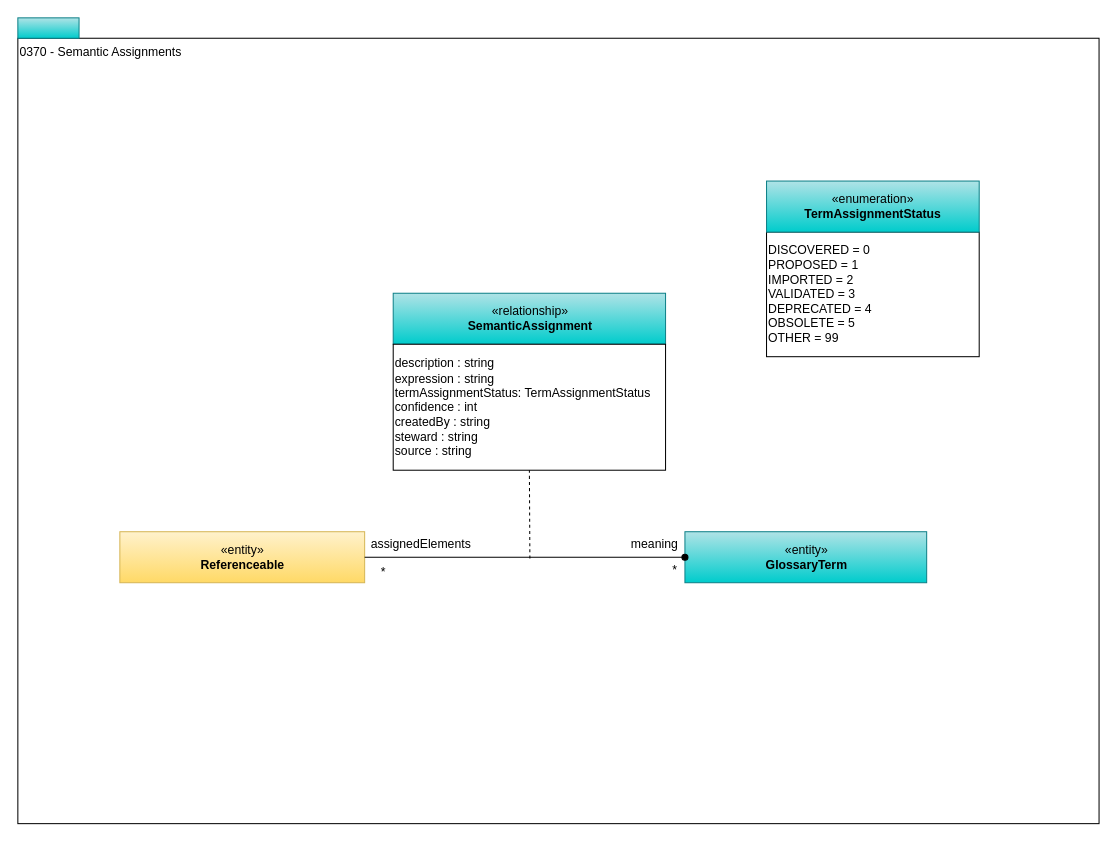
Earlier version of the draw.io diagram page "0370-Semantic-Assignment" (9 of 14) of site/docs/types/3/area-3-glossary.drawio (odpi/egeria-docs). Source tidied: cells renumbered, new cells numbered last; positions are measured from the earlier drawing's top-left corner, leaving out a move shared by most shapes. Both pictures are drawn from the tidied source at 102%, with x=0, y=0 at pixel (17, 17).
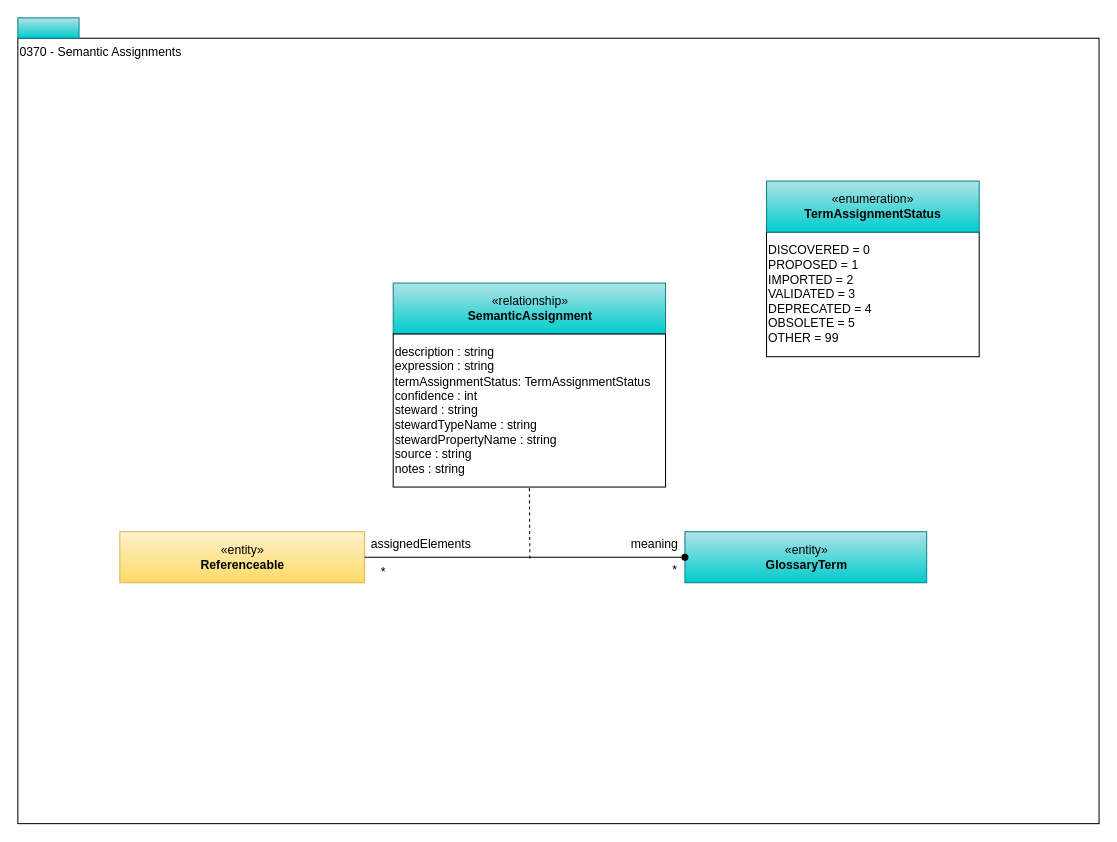
After the change.

Diff of the diagram source:
```diff
@@
 <mxGraphModel>
   <root>
     <mxCell id="0" />
     <mxCell id="1" parent="0" />
     <mxCell id="2" value="0370 - Semantic Assignments" style="rounded=0;whiteSpace=wrap;html=1;align=left;verticalAlign=top;" parent="1" vertex="1">
       <mxGeometry y="20" width="1060" height="770" as="geometry" />
     </mxCell>
     <mxCell id="3" style="rounded=0;whiteSpace=wrap;html=1;align=left;fillColor=#b0e3e6;strokeColor=#0e8088;gradientColor=#00CCCC;" parent="1" vertex="1">
       <mxGeometry width="60" height="20" as="geometry" />
     </mxCell>
     <mxCell id="4" value="«entity»&lt;br&gt;&lt;b&gt;Referenceable&lt;/b&gt;" style="html=1;strokeColor=#d6b656;align=center;fillColor=#fff2cc;gradientColor=#ffd966;" parent="1" vertex="1">
       <mxGeometry x="100" y="503.8" width="240" height="50" as="geometry" />
     </mxCell>
     <mxCell id="5" value="«entity»&lt;br&gt;&lt;b&gt;GlossaryTerm&lt;/b&gt;" style="html=1;strokeColor=#0e8088;align=center;fillColor=#b0e3e6;gradientColor=#00CCCC;" parent="1" vertex="1">
       <mxGeometry x="654" y="503.8" width="237" height="50" as="geometry" />
     </mxCell>
     <mxCell id="6" value="assignedElements" style="text;html=1;align=center;verticalAlign=middle;" parent="1" vertex="1">
       <mxGeometry x="340" y="505.9" width="110" height="20" as="geometry" />
     </mxCell>
     <mxCell id="7" value="*" style="text;html=1;align=center;verticalAlign=middle;" parent="1" vertex="1">
       <mxGeometry x="348" y="533.8" width="20" height="20" as="geometry" />
     </mxCell>
     <mxCell id="8" value="meaning" style="text;html=1;align=center;verticalAlign=middle;" parent="1" vertex="1">
       <mxGeometry x="594" y="505.9" width="60" height="20" as="geometry" />
     </mxCell>
     <mxCell id="9" value="*" style="text;html=1;align=center;verticalAlign=middle;" parent="1" vertex="1">
       <mxGeometry x="634" y="531.6" width="20" height="20" as="geometry" />
     </mxCell>
     <mxCell id="10" value="«relationship»&lt;br&gt;&lt;b&gt;SemanticAssignment&lt;/b&gt;" style="html=1;strokeColor=#0e8088;align=center;fillColor=#b0e3e6;gradientColor=#00CCCC;" parent="1" vertex="1">
-      <mxGeometry x="368" y="270" width="267" height="50" as="geometry" />
+      <mxGeometry x="368" y="260" width="267" height="50" as="geometry" />
     </mxCell>
-    <mxCell id="11" value="description : string&lt;br&gt;expression : string&lt;br&gt;termAssignmentStatus: TermAssignmentStatus&lt;br&gt;confidence : int&lt;br&gt;createdBy : string&lt;br&gt;steward : string&lt;br&gt;source : string" style="rounded=0;whiteSpace=wrap;html=1;strokeColor=#000000;gradientColor=#ffffff;align=left;" parent="1" vertex="1">
-      <mxGeometry x="368" y="320" width="267" height="123.5" as="geometry" />
+    <mxCell id="11" value="description : string&lt;br&gt;expression : string&lt;br&gt;termAssignmentStatus: TermAssignmentStatus&lt;br&gt;confidence : int&lt;br&gt;steward : string&lt;div&gt;stewardTypeName : string&lt;/div&gt;&lt;div&gt;stewardPropertyName : string&lt;br&gt;source : string&lt;/div&gt;&lt;div&gt;notes : string&lt;/div&gt;" style="rounded=0;whiteSpace=wrap;html=1;strokeColor=#000000;gradientColor=#ffffff;align=left;" parent="1" vertex="1">
+      <mxGeometry x="368" y="310" width="267" height="150" as="geometry" />
     </mxCell>
     <mxCell id="12" style="endArrow=none;dashed=1;html=1;strokeWidth=1;entryX=0.5;entryY=1;entryDx=0;entryDy=0;" parent="1" edge="1" target="11">
       <mxGeometry relative="1" as="geometry">
         <mxPoint x="502" y="530" as="sourcePoint" />
       </mxGeometry>
     </mxCell>
     <mxCell id="13" value="DISCOVERED = 0&lt;br&gt;PROPOSED = 1&lt;br&gt;IMPORTED = 2&lt;br&gt;VALIDATED = 3&lt;br&gt;DEPRECATED = 4&lt;br&gt;OBSOLETE = 5&lt;br&gt;OTHER = 99" style="rounded=0;whiteSpace=wrap;html=1;strokeColor=#000000;gradientColor=#ffffff;align=left;" parent="1" vertex="1">
       <mxGeometry x="734" y="210" width="208.5" height="122.2" as="geometry" />
     </mxCell>
     <mxCell id="14" value="«enumeration»&lt;br&gt;&lt;b&gt;TermAssignmentStatus&lt;/b&gt;" style="html=1;strokeColor=#0e8088;align=center;fillColor=#b0e3e6;gradientColor=#00CCCC;" parent="1" vertex="1">
       <mxGeometry x="734" y="160" width="208.5" height="50" as="geometry" />
     </mxCell>
     <mxCell id="15" style="edgeStyle=orthogonalEdgeStyle;rounded=0;jettySize=auto;html=1;exitX=1;exitY=0.5;exitDx=0;exitDy=0;entryX=0;entryY=0.5;entryDx=0;entryDy=0;endArrow=oval;endFill=1;endSize=6;strokeWidth=1;" parent="1" edge="1" source="4" target="5">
       <mxGeometry relative="1" as="geometry" />
     </mxCell>
   </root>
 </mxGraphModel>
```
